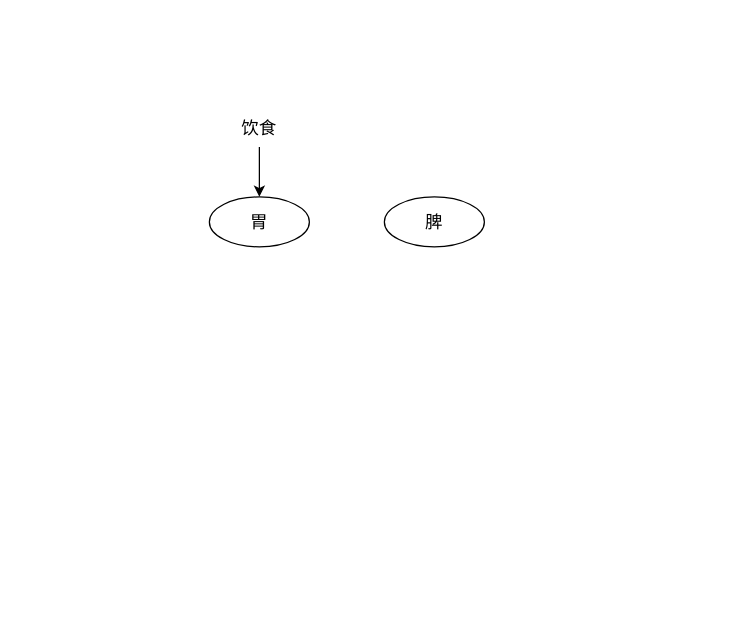
Before: 医门推敲肆/脏象学说（续）/六府-六腑传谷图.drawio in 328507133/chart, a draw.io diagram. Source tidied: cells renumbered, new cells numbered last; positions are measured from the earlier drawing's top-left corner, leaving out a move shared by most shapes. Both pictures are drawn from the tidied source at 125%, with x=0, y=0 at pixel (209, 109).
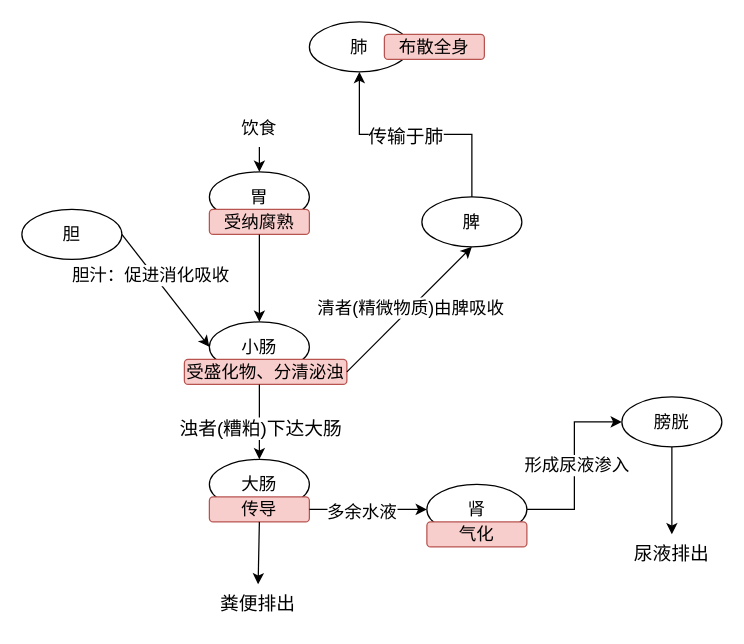
The same page after the edit.

Commit message (it also covers changes not shown here):
更新六府-六腑传谷图.drawio

What changed in the source:
```diff
@@
-    <mxCell id="2" value="胃" style="ellipse;whiteSpace=wrap;html=1;fontSize=14;" parent="1" vertex="1">
-      <mxGeometry y="70" width="80" height="40" as="geometry" />
-    </mxCell>
+    <mxCell id="7" style="edgeStyle=orthogonalEdgeStyle;rounded=0;jettySize=auto;html=1;exitX=0.5;exitY=0;exitDx=0;exitDy=0;entryX=0.5;entryY=1;entryDx=0;entryDy=0;" parent="1" edge="1" source="3" target="18">
+      <mxGeometry relative="1" as="geometry" />
+    </mxCell>
+    <mxCell id="8" value="传输于肺" style="edgeLabel;html=1;align=center;verticalAlign=middle;fontSize=15;" parent="7" vertex="1">
+      <mxGeometry x="0.09" relative="1" as="geometry" />
+    </mxCell>
     <mxCell id="3" value="脾" style="ellipse;whiteSpace=wrap;html=1;fontSize=14;" parent="1" vertex="1">
-      <mxGeometry x="140" y="70" width="80" height="40" as="geometry" />
+      <mxGeometry x="170" y="70" width="80" height="40" as="geometry" />
     </mxCell>
@@
+    <mxCell id="9" style="group;" parent="1" vertex="1">
+      <mxGeometry y="50" width="80" height="50" as="geometry" />
+    </mxCell>
+    <mxCell id="2" value="胃" style="ellipse;whiteSpace=wrap;html=1;fontSize=14;" parent="9" vertex="1">
+      <mxGeometry width="80" height="40" as="geometry" />
+    </mxCell>
+    <mxCell id="10" value="受纳腐熟" style="rounded=1;whiteSpace=wrap;html=1;fontSize=14;fillColor=#f8cecc;strokeColor=#b85450;" parent="9" vertex="1">
+      <mxGeometry y="30" width="80" height="20" as="geometry" />
+    </mxCell>
+    <mxCell id="11" style="group;" parent="1" vertex="1">
+      <mxGeometry y="170" width="130" height="50" as="geometry" />
+    </mxCell>
+    <mxCell id="12" value="小肠" style="ellipse;whiteSpace=wrap;html=1;fontSize=14;" parent="11" vertex="1">
+      <mxGeometry width="80" height="40" as="geometry" />
+    </mxCell>
+    <mxCell id="13" value="受盛化物、分清泌浊" style="rounded=1;whiteSpace=wrap;html=1;fontSize=14;fillColor=#f8cecc;strokeColor=#b85450;" parent="11" vertex="1">
+      <mxGeometry x="-20" y="30" width="130" height="20" as="geometry" />
+    </mxCell>
+    <mxCell id="14" style="endArrow=classic;html=1;rounded=0;exitX=0.5;exitY=1;exitDx=0;exitDy=0;entryX=0.5;entryY=0;entryDx=0;entryDy=0;" parent="1" edge="1" source="10" target="12">
+      <mxGeometry relative="1" as="geometry" />
+    </mxCell>
+    <mxCell id="15" style="endArrow=classic;html=1;rounded=0;entryX=0.5;entryY=1;entryDx=0;entryDy=0;" parent="1" edge="1" target="3">
+      <mxGeometry relative="1" as="geometry">
+        <mxPoint x="110" y="210" as="sourcePoint" />
+      </mxGeometry>
+    </mxCell>
+    <mxCell id="16" value="&lt;font style=&quot;font-size: 14px;&quot;&gt;清者(精微物质)由脾吸收&lt;/font&gt;" style="edgeLabel;html=1;align=center;verticalAlign=middle;" parent="15" vertex="1">
+      <mxGeometry x="0.02" y="1" relative="1" as="geometry" />
+    </mxCell>
+    <mxCell id="17" style="group;" parent="1" vertex="1">
+      <mxGeometry x="80" y="-70" width="80" height="50" as="geometry" />
+    </mxCell>
+    <mxCell id="18" value="肺" style="ellipse;whiteSpace=wrap;html=1;fontSize=14;" parent="17" vertex="1">
+      <mxGeometry width="80" height="40" as="geometry" />
+    </mxCell>
+    <mxCell id="19" value="布散全身" style="rounded=1;whiteSpace=wrap;html=1;fontSize=14;fillColor=#f8cecc;strokeColor=#b85450;" parent="1" vertex="1">
+      <mxGeometry x="140" y="-60" width="80" height="20" as="geometry" />
+    </mxCell>
+    <mxCell id="20" style="group;" parent="1" vertex="1">
+      <mxGeometry y="280" width="130" height="50" as="geometry" />
+    </mxCell>
+    <mxCell id="21" value="大肠" style="ellipse;whiteSpace=wrap;html=1;fontSize=14;" parent="20" vertex="1">
+      <mxGeometry width="80" height="40" as="geometry" />
+    </mxCell>
+    <mxCell id="22" value="传导" style="rounded=1;whiteSpace=wrap;html=1;fontSize=14;fillColor=#f8cecc;strokeColor=#b85450;" parent="20" vertex="1">
+      <mxGeometry y="30" width="80" height="20" as="geometry" />
+    </mxCell>
+    <mxCell id="23" style="endArrow=classic;html=1;rounded=0;entryX=0.5;entryY=0;entryDx=0;entryDy=0;" parent="1" edge="1" target="21">
+      <mxGeometry relative="1" as="geometry">
+        <mxPoint x="40" y="220" as="sourcePoint" />
+      </mxGeometry>
+    </mxCell>
+    <mxCell id="24" value="浊者(糟粕)下达大肠" style="edgeLabel;html=1;align=center;verticalAlign=middle;fontSize=15;" parent="23" vertex="1">
+      <mxGeometry x="-0.26" y="1" relative="1" as="geometry">
+        <mxPoint x="-1" y="12" as="offset" />
+      </mxGeometry>
+    </mxCell>
+    <mxCell id="25" style="endArrow=classic;html=1;rounded=0;entryX=0.5;entryY=0;entryDx=0;entryDy=0;" parent="1" edge="1" target="26">
+      <mxGeometry relative="1" as="geometry">
+        <mxPoint x="40" y="330" as="sourcePoint" />
+      </mxGeometry>
+    </mxCell>
+    <mxCell id="26" value="粪便排出" style="text;html=1;align=center;verticalAlign=middle;whiteSpace=wrap;rounded=0;fontSize=15;" parent="1" vertex="1">
+      <mxGeometry x="4" y="380" width="70" height="30" as="geometry" />
+    </mxCell>
+    <mxCell id="27" style="group;" parent="1" vertex="1">
+      <mxGeometry x="174" y="300" width="80" height="50" as="geometry" />
+    </mxCell>
+    <mxCell id="28" value="肾" style="ellipse;whiteSpace=wrap;html=1;fontSize=14;" parent="27" vertex="1">
+      <mxGeometry width="80" height="40" as="geometry" />
+    </mxCell>
+    <mxCell id="29" value="气化" style="rounded=1;whiteSpace=wrap;html=1;fontSize=14;fillColor=#f8cecc;strokeColor=#b85450;" parent="27" vertex="1">
+      <mxGeometry y="30" width="80" height="20" as="geometry" />
+    </mxCell>
+    <mxCell id="30" style="edgeStyle=orthogonalEdgeStyle;rounded=0;jettySize=auto;html=1;exitX=1;exitY=0.5;exitDx=0;exitDy=0;entryX=0;entryY=0.5;entryDx=0;entryDy=0;" parent="1" edge="1" source="22" target="28">
+      <mxGeometry relative="1" as="geometry" />
+    </mxCell>
+    <mxCell id="31" value="多余水液" style="edgeLabel;html=1;align=center;verticalAlign=middle;fontSize=14;" parent="30" vertex="1">
+      <mxGeometry x="-0.12" y="-1" relative="1" as="geometry" />
+    </mxCell>
+    <mxCell id="32" style="group;" parent="1" vertex="1">
+      <mxGeometry x="330" y="230" width="80" height="50" as="geometry" />
+    </mxCell>
+    <mxCell id="33" value="膀胱" style="ellipse;whiteSpace=wrap;html=1;fontSize=14;" parent="32" vertex="1">
+      <mxGeometry width="80" height="40" as="geometry" />
+    </mxCell>
+    <mxCell id="34" style="edgeStyle=orthogonalEdgeStyle;rounded=0;jettySize=auto;html=1;exitX=1;exitY=0.5;exitDx=0;exitDy=0;entryX=0;entryY=0.5;entryDx=0;entryDy=0;" parent="1" edge="1" source="28" target="33">
+      <mxGeometry relative="1" as="geometry" />
+    </mxCell>
+    <mxCell id="35" value="形成尿液渗入" style="edgeLabel;html=1;align=center;verticalAlign=middle;fontSize=14;" parent="34" vertex="1">
+      <mxGeometry x="0.01" y="-1" relative="1" as="geometry" />
+    </mxCell>
+    <mxCell id="36" style="endArrow=classic;html=1;rounded=0;exitX=0.5;exitY=1;exitDx=0;exitDy=0;entryX=0.5;entryY=0;entryDx=0;entryDy=0;" parent="1" edge="1" source="33" target="37">
+      <mxGeometry relative="1" as="geometry" />
+    </mxCell>
+    <mxCell id="37" value="尿液排出" style="text;html=1;align=center;verticalAlign=middle;whiteSpace=wrap;rounded=0;fontSize=15;" parent="1" vertex="1">
+      <mxGeometry x="335" y="340" width="70" height="30" as="geometry" />
+    </mxCell>
+    <mxCell id="38" value="胆" style="ellipse;whiteSpace=wrap;html=1;fontSize=14;" parent="1" vertex="1">
+      <mxGeometry x="-150" y="80" width="80" height="40" as="geometry" />
+    </mxCell>
+    <mxCell id="39" style="endArrow=classic;html=1;rounded=0;exitX=1;exitY=0.5;exitDx=0;exitDy=0;entryX=0;entryY=0.5;entryDx=0;entryDy=0;" parent="1" edge="1" source="38" target="12">
+      <mxGeometry relative="1" as="geometry" />
+    </mxCell>
+    <mxCell id="40" value="胆汁：促进消化吸收" style="edgeLabel;html=1;align=center;verticalAlign=middle;fontSize=14;" parent="39" vertex="1">
+      <mxGeometry x="-0.31" y="-2" relative="1" as="geometry" />
+    </mxCell>
```
